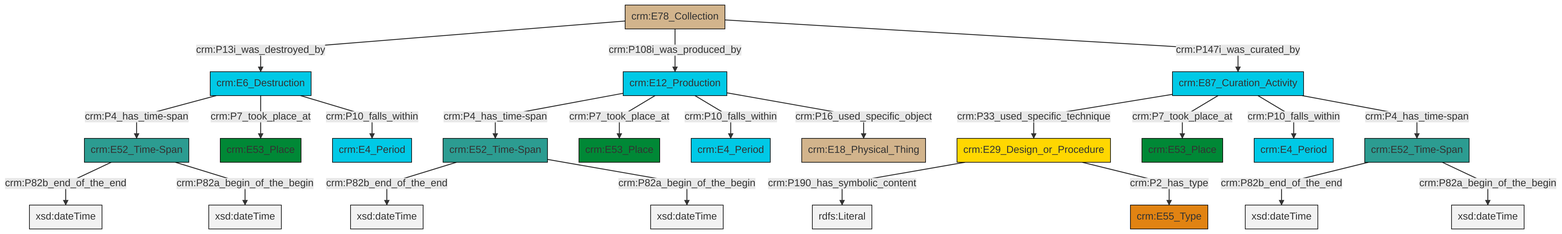
Above: et/archivalCSV/ttl/mmd/png/archival_existence.png in swiss-art-research-net/docs.swissartresearch (Mermaid), before the change. Its source is kept beside it as et/archivalCSV/ttl/mmd/archival_existence.ttl.mmd.
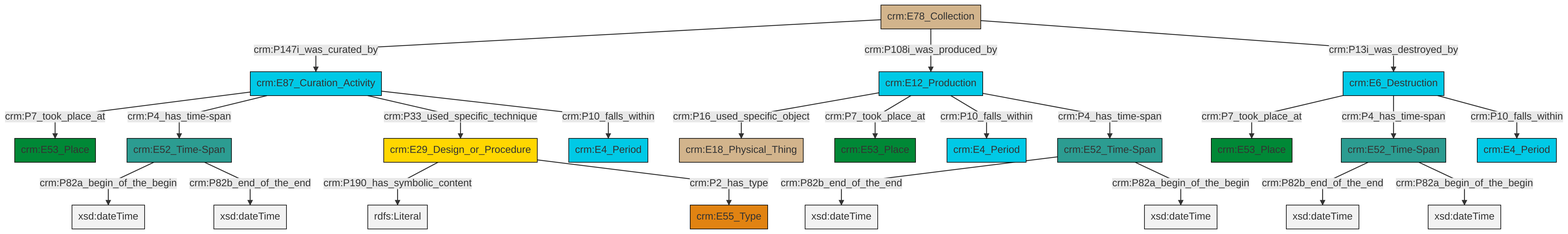
The same diagram one commit later.

The edit, as a diff of the source:
```diff
@@ -13,25 +13,25 @@
 classDef PC_Classes fill:#4ce600, stroke:#000000;
 classDef Multi fill:#cccccc,stroke:#000000;
 
-6["crm:E29_Design_or_Procedure"]:::Conceptual_Object -->|crm:P190_has_symbolic_content| 7[rdfs:Literal]:::Literal
-4["crm:E52_Time-Span"]:::Time-Span -->|crm:P82b_end_of_the_end| 8[xsd:dateTime]:::Literal
-9["crm:E78_Collection"]:::Physical_Thing -->|crm:P13i_was_destroyed_by| 11["crm:E6_Destruction"]:::Temporal_Entity
-12["crm:E12_Production"]:::Temporal_Entity -->|crm:P4_has_time-span| 14["crm:E52_Time-Span"]:::Time-Span
-2["crm:E87_Curation_Activity"]:::Temporal_Entity -->|crm:P33_used_specific_technique| 6["crm:E29_Design_or_Procedure"]:::Conceptual_Object
-2["crm:E87_Curation_Activity"]:::Temporal_Entity -->|crm:P7_took_place_at| 15["crm:E53_Place"]:::Place
-9["crm:E78_Collection"]:::Physical_Thing -->|crm:P108i_was_produced_by| 12["crm:E12_Production"]:::Temporal_Entity
-9["crm:E78_Collection"]:::Physical_Thing -->|crm:P147i_was_curated_by| 2["crm:E87_Curation_Activity"]:::Temporal_Entity
-11["crm:E6_Destruction"]:::Temporal_Entity -->|crm:P4_has_time-span| 18["crm:E52_Time-Span"]:::Time-Span
-2["crm:E87_Curation_Activity"]:::Temporal_Entity -->|crm:P10_falls_within| 19["crm:E4_Period"]:::Temporal_Entity
-18["crm:E52_Time-Span"]:::Time-Span -->|crm:P82b_end_of_the_end| 23[xsd:dateTime]:::Literal
-11["crm:E6_Destruction"]:::Temporal_Entity -->|crm:P7_took_place_at| 24["crm:E53_Place"]:::Place
-12["crm:E12_Production"]:::Temporal_Entity -->|crm:P7_took_place_at| 27["crm:E53_Place"]:::Place
-6["crm:E29_Design_or_Procedure"]:::Conceptual_Object -->|crm:P2_has_type| 0["crm:E55_Type"]:::Type
-14["crm:E52_Time-Span"]:::Time-Span -->|crm:P82b_end_of_the_end| 30[xsd:dateTime]:::Literal
-12["crm:E12_Production"]:::Temporal_Entity -->|crm:P10_falls_within| 21["crm:E4_Period"]:::Temporal_Entity
-18["crm:E52_Time-Span"]:::Time-Span -->|crm:P82a_begin_of_the_begin| 36[xsd:dateTime]:::Literal
-14["crm:E52_Time-Span"]:::Time-Span -->|crm:P82a_begin_of_the_begin| 37[xsd:dateTime]:::Literal
-12["crm:E12_Production"]:::Temporal_Entity -->|crm:P16_used_specific_object| 25["crm:E18_Physical_Thing"]:::Physical_Thing
-2["crm:E87_Curation_Activity"]:::Temporal_Entity -->|crm:P4_has_time-span| 4["crm:E52_Time-Span"]:::Time-Span
-4["crm:E52_Time-Span"]:::Time-Span -->|crm:P82a_begin_of_the_begin| 38[xsd:dateTime]:::Literal
-11["crm:E6_Destruction"]:::Temporal_Entity -->|crm:P10_falls_within| 33["crm:E4_Period"]:::Temporal_Entity
+0["crm:E52_Time-Span"]:::Time-Span -->|crm:P82b_end_of_the_end| 1[xsd:dateTime]:::Literal
+2["crm:E87_Curation_Activity"]:::Temporal_Entity -->|crm:P7_took_place_at| 3["crm:E53_Place"]:::Place
+4["crm:E52_Time-Span"]:::Time-Span -->|crm:P82b_end_of_the_end| 5[xsd:dateTime]:::Literal
+6["crm:E12_Production"]:::Temporal_Entity -->|crm:P16_used_specific_object| 7["crm:E18_Physical_Thing"]:::Physical_Thing
+0["crm:E52_Time-Span"]:::Time-Span -->|crm:P82a_begin_of_the_begin| 8[xsd:dateTime]:::Literal
+2["crm:E87_Curation_Activity"]:::Temporal_Entity -->|crm:P4_has_time-span| 12["crm:E52_Time-Span"]:::Time-Span
+6["crm:E12_Production"]:::Temporal_Entity -->|crm:P7_took_place_at| 13["crm:E53_Place"]:::Place
+19["crm:E78_Collection"]:::Physical_Thing -->|crm:P147i_was_curated_by| 2["crm:E87_Curation_Activity"]:::Temporal_Entity
+15["crm:E6_Destruction"]:::Temporal_Entity -->|crm:P7_took_place_at| 20["crm:E53_Place"]:::Place
+4["crm:E52_Time-Span"]:::Time-Span -->|crm:P82a_begin_of_the_begin| 21[xsd:dateTime]:::Literal
+15["crm:E6_Destruction"]:::Temporal_Entity -->|crm:P4_has_time-span| 4["crm:E52_Time-Span"]:::Time-Span
+15["crm:E6_Destruction"]:::Temporal_Entity -->|crm:P10_falls_within| 24["crm:E4_Period"]:::Temporal_Entity
+19["crm:E78_Collection"]:::Physical_Thing -->|crm:P108i_was_produced_by| 6["crm:E12_Production"]:::Temporal_Entity
+6["crm:E12_Production"]:::Temporal_Entity -->|crm:P10_falls_within| 9["crm:E4_Period"]:::Temporal_Entity
+31["crm:E29_Design_or_Procedure"]:::Conceptual_Object -->|crm:P190_has_symbolic_content| 32[rdfs:Literal]:::Literal
+31["crm:E29_Design_or_Procedure"]:::Conceptual_Object -->|crm:P2_has_type| 17["crm:E55_Type"]:::Type
+6["crm:E12_Production"]:::Temporal_Entity -->|crm:P4_has_time-span| 0["crm:E52_Time-Span"]:::Time-Span
+12["crm:E52_Time-Span"]:::Time-Span -->|crm:P82a_begin_of_the_begin| 35[xsd:dateTime]:::Literal
+2["crm:E87_Curation_Activity"]:::Temporal_Entity -->|crm:P33_used_specific_technique| 31["crm:E29_Design_or_Procedure"]:::Conceptual_Object
+19["crm:E78_Collection"]:::Physical_Thing -->|crm:P13i_was_destroyed_by| 15["crm:E6_Destruction"]:::Temporal_Entity
+12["crm:E52_Time-Span"]:::Time-Span -->|crm:P82b_end_of_the_end| 37[xsd:dateTime]:::Literal
+2["crm:E87_Curation_Activity"]:::Temporal_Entity -->|crm:P10_falls_within| 22["crm:E4_Period"]:::Temporal_Entity
```
